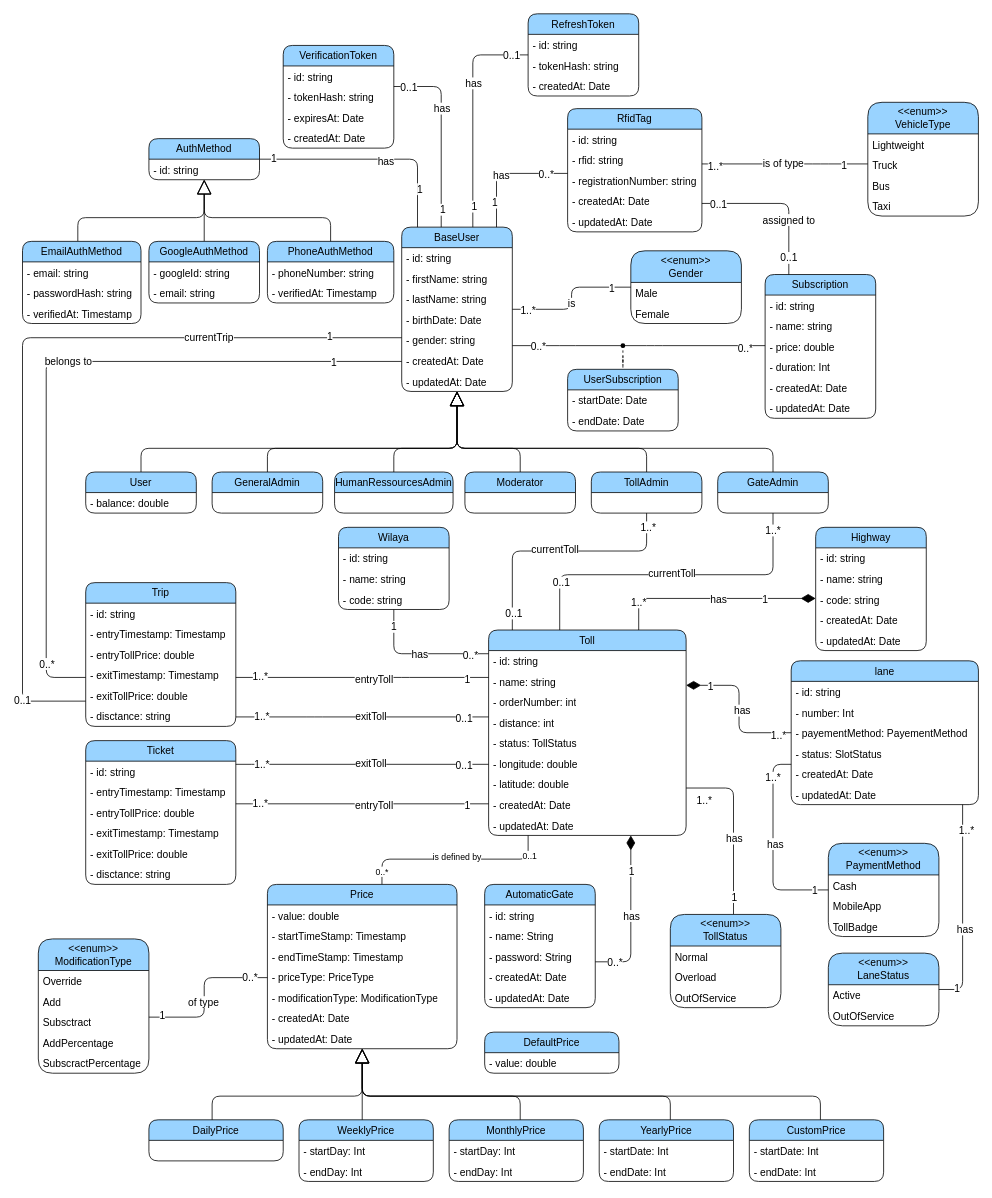
Above: diagrams/class-diagram.drawio in devlotfi/peage-pay (draw.io), before the change. Source tidied: cells renumbered, new cells numbered last; positions are measured from the earlier drawing's top-left corner, leaving out a move shared by most shapes. Both pictures are drawn from the tidied source at 79%, with x=0, y=0 at pixel (22, 13).
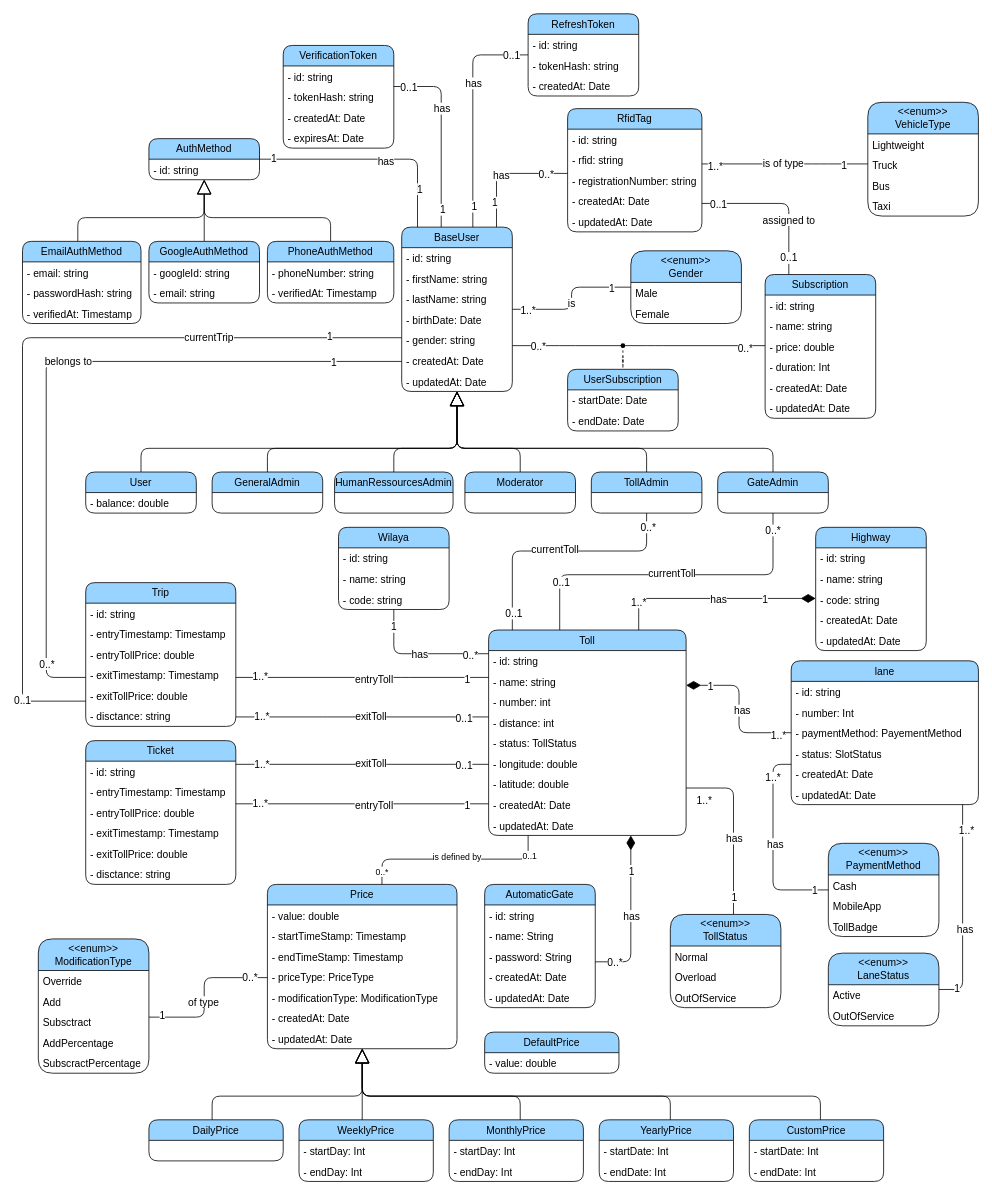
The same page after the edit.

The change refers to these unchanged cells:
```xml
<mxCell id="8" value="Toll" style="swimlane;fontStyle=0;horizontal=1;startSize=26;fillColor=#99D3FF;whiteSpace=wrap;html=1;fontFamily=Helvetica;fontSize=13;fontColor=default;fillStyle=auto;rounded=1;glass=0;shadow=0;swimlaneFillColor=none;gradientColor=none;" parent="1" vertex="1">
  <mxGeometry x="590" y="780" width="250" height="260" as="geometry" />
</mxCell>
<mxCell id="47" style="edgeStyle=orthogonalEdgeStyle;shape=connector;curved=0;rounded=1;jettySize=auto;html=1;labelBackgroundColor=default;strokeColor=default;align=center;verticalAlign=middle;fontFamily=Helvetica;fontSize=13;fontColor=default;endArrow=none;endFill=0;endSize=24;" parent="1" edge="1" source="51" target="8">
  <mxGeometry relative="1" as="geometry">
    <Array as="points">
      <mxPoint x="790" y="680" />
      <mxPoint x="620" y="680" />
    </Array>
  </mxGeometry>
</mxCell>
<mxCell id="55" style="edgeStyle=orthogonalEdgeStyle;shape=connector;curved=0;rounded=1;jettySize=auto;html=1;labelBackgroundColor=default;strokeColor=default;align=center;verticalAlign=middle;fontFamily=Helvetica;fontSize=13;fontColor=default;endArrow=none;endFill=0;endSize=24;" parent="1" edge="1" source="59" target="8">
  <mxGeometry relative="1" as="geometry">
    <Array as="points">
      <mxPoint x="950" y="710" />
      <mxPoint x="680" y="710" />
    </Array>
  </mxGeometry>
</mxCell>
<mxCell id="152" value="lane" style="swimlane;fontStyle=0;horizontal=1;startSize=26;whiteSpace=wrap;html=1;fontFamily=Helvetica;fontSize=13;fillColor=#99D3FF;fillStyle=auto;rounded=1;glass=0;shadow=0;swimlaneFillColor=none;gradientColor=none;fontColor=default;" parent="1" vertex="1">
  <mxGeometry x="973" y="819" width="237" height="182" as="geometry" />
</mxCell>
<mxCell id="252" value="VerificationToken" style="swimlane;fontStyle=0;horizontal=1;startSize=26;fillColor=#99D3FF;whiteSpace=wrap;html=1;fontFamily=Helvetica;fontSize=13;fontColor=default;fillStyle=auto;rounded=1;glass=0;shadow=0;swimlaneFillColor=none;gradientColor=none;" parent="1" vertex="1">
  <mxGeometry x="330" y="40" width="140" height="130" as="geometry" />
</mxCell>
```

Diff of the diagram source:
```diff
@@
-    <mxCell id="11" value="- orderNumber: int" style="text;strokeColor=none;fillColor=none;align=left;verticalAlign=top;spacingLeft=4;spacingRight=4;overflow=hidden;whiteSpace=wrap;html=1;fontSize=13;fontFamily=Helvetica;fontColor=default;" parent="8" vertex="1">
+    <mxCell id="11" value="- number: int" style="text;strokeColor=none;fillColor=none;align=left;verticalAlign=top;spacingLeft=4;spacingRight=4;overflow=hidden;whiteSpace=wrap;html=1;fontSize=13;fontFamily=Helvetica;fontColor=default;" parent="8" vertex="1">
       <mxGeometry y="78" width="250" height="26" as="geometry" />
     </mxCell>
@@
-    <mxCell id="50" value="1..*" style="edgeLabel;html=1;align=center;verticalAlign=middle;fontSize=13;fontFamily=Helvetica;fontColor=default;" parent="47" vertex="1">
+    <mxCell id="50" value="0..*" style="edgeLabel;html=1;align=center;verticalAlign=middle;fontSize=13;fontFamily=Helvetica;fontColor=default;" parent="47" vertex="1">
       <mxGeometry x="-0.83" y="1" relative="1" as="geometry">
         <mxPoint y="-10" as="offset" />
       </mxGeometry>
     </mxCell>
@@
-    <mxCell id="58" value="1..*" style="edgeLabel;html=1;align=center;verticalAlign=middle;fontSize=13;fontFamily=Helvetica;fontColor=default;" parent="55" vertex="1">
+    <mxCell id="58" value="0..*" style="edgeLabel;html=1;align=center;verticalAlign=middle;fontSize=13;fontFamily=Helvetica;fontColor=default;" parent="55" vertex="1">
       <mxGeometry x="-0.9" y="-1" relative="1" as="geometry" />
     </mxCell>
@@
-    <mxCell id="155" value="- payementMethod: PayementMethod" style="text;strokeColor=none;fillColor=none;align=left;verticalAlign=top;spacingLeft=4;spacingRight=4;overflow=hidden;whiteSpace=wrap;html=1;fontSize=13;fontFamily=Helvetica;fontColor=default;" parent="152" vertex="1">
+    <mxCell id="155" value="- paymentMethod: PayementMethod" style="text;strokeColor=none;fillColor=none;align=left;verticalAlign=top;spacingLeft=4;spacingRight=4;overflow=hidden;whiteSpace=wrap;html=1;fontSize=13;fontFamily=Helvetica;fontColor=default;" parent="152" vertex="1">
       <mxGeometry y="78" width="237" height="26" as="geometry" />
     </mxCell>
@@
+    <mxCell id="256" value="- createdAt: Date" style="text;strokeColor=none;fillColor=none;align=left;verticalAlign=top;spacingLeft=4;spacingRight=4;overflow=hidden;whiteSpace=wrap;html=1;fontSize=13;fontFamily=Helvetica;fontColor=default;" parent="252" vertex="1">
+      <mxGeometry y="78" width="140" height="26" as="geometry" />
+    </mxCell>
     <mxCell id="255" value="- expiresAt: Date" style="text;strokeColor=none;fillColor=none;align=left;verticalAlign=top;spacingLeft=4;spacingRight=4;overflow=hidden;whiteSpace=wrap;html=1;fontSize=13;fontFamily=Helvetica;fontColor=default;" parent="252" vertex="1">
-      <mxGeometry y="78" width="140" height="26" as="geometry" />
+      <mxGeometry y="104" width="140" height="26" as="geometry" />
     </mxCell>
-    <mxCell id="256" value="- createdAt: Date" style="text;strokeColor=none;fillColor=none;align=left;verticalAlign=top;spacingLeft=4;spacingRight=4;overflow=hidden;whiteSpace=wrap;html=1;fontSize=13;fontFamily=Helvetica;fontColor=default;" parent="252" vertex="1">
-      <mxGeometry y="104" width="140" height="26" as="geometry" />
-    </mxCell>
```
